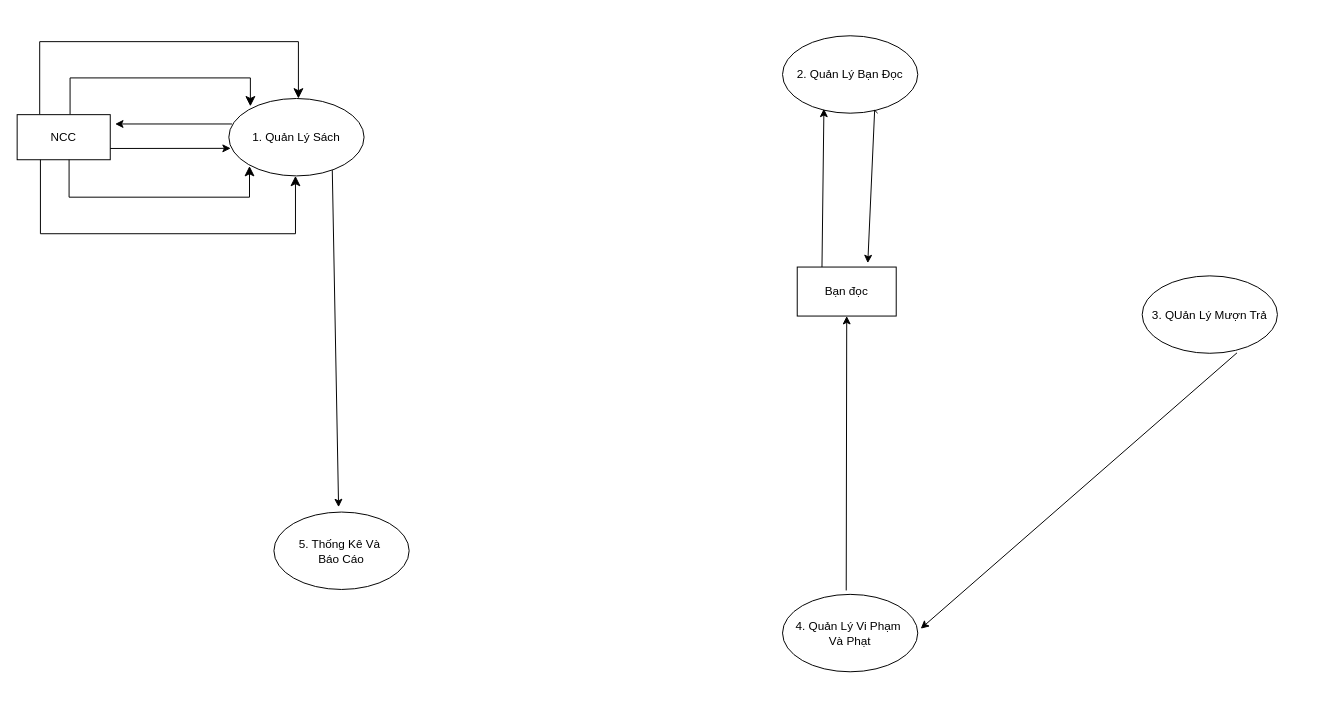
This is page "Sơ đồ mức đỉnh" (3 of 4) of Đồ án nhóm 1.drawio from Nguyenquynh235/DoAnNhom1, a draw.io file, before an edit. Source tidied: cells renumbered, new cells numbered last; positions are measured from the earlier drawing's top-left corner, leaving out a move shared by most shapes. Both pictures are drawn from the tidied source at 98%, with x=0, y=0 at pixel (17, 35).
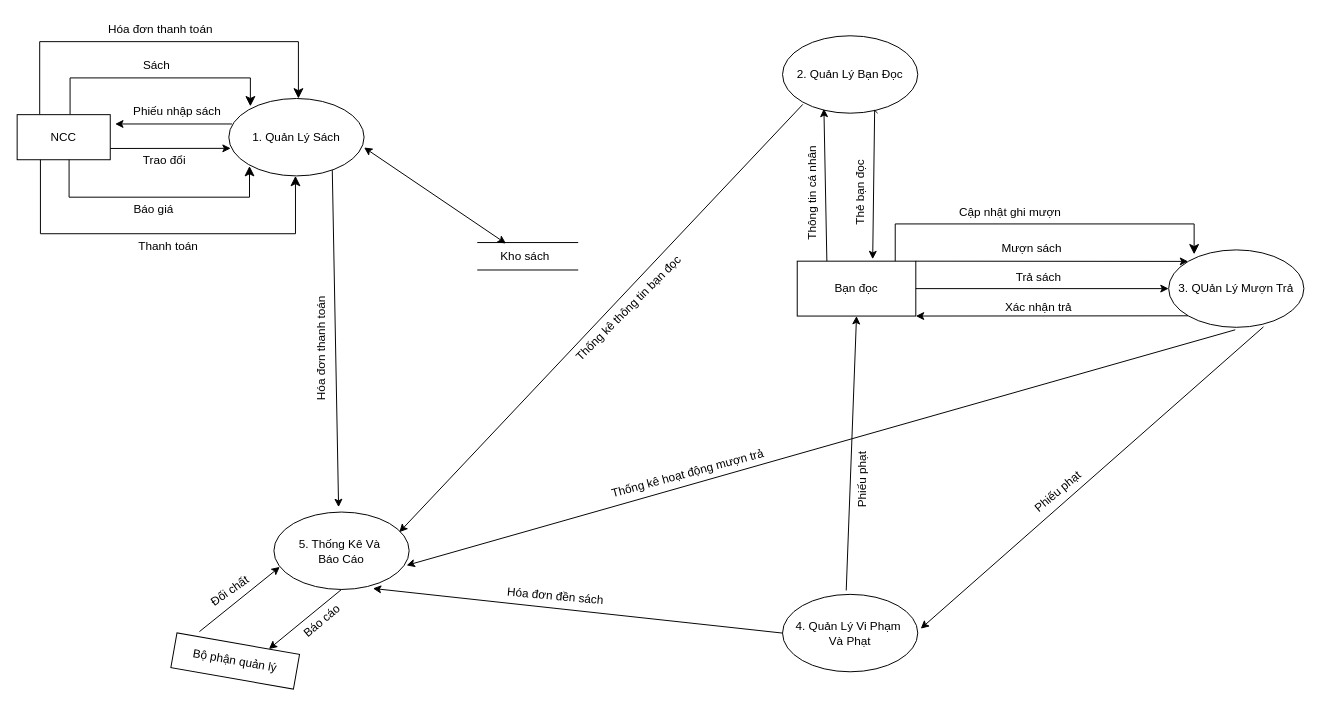
Above is the later version.

Unchanged cells that the change refers to:
```xml
<mxCell id="2" value="1. Quản Lý Sách" style="ellipse;whiteSpace=wrap;html=1;" parent="1" vertex="1">
  <mxGeometry x="216" y="64" width="138" height="79" as="geometry" />
</mxCell>
<mxCell id="3" value="2. Quản Lý Bạn Đọc" style="ellipse;whiteSpace=wrap;html=1;" parent="1" vertex="1">
  <mxGeometry x="781" width="138" height="79" as="geometry" />
</mxCell>
<mxCell id="5" value="4. Quản Lý Vi Phạm&amp;nbsp;&lt;div&gt;Và Phạt&lt;/div&gt;" style="ellipse;whiteSpace=wrap;html=1;" parent="1" vertex="1">
  <mxGeometry x="781" y="570" width="138" height="79" as="geometry" />
</mxCell>
<mxCell id="6" value="5. Thống Kê Và&amp;nbsp;&lt;div&gt;Báo Cáo&lt;/div&gt;" style="ellipse;whiteSpace=wrap;html=1;" parent="1" vertex="1">
  <mxGeometry x="262" y="486" width="138" height="79" as="geometry" />
</mxCell>
```

What changed in the source:
```diff
@@
     <mxCell id="4" value="3. QUản Lý Mượn Trả" style="ellipse;whiteSpace=wrap;html=1;" parent="1" vertex="1">
-      <mxGeometry x="1148" y="245" width="138" height="79" as="geometry" />
+      <mxGeometry x="1175" y="218.5" width="138" height="79" as="geometry" />
     </mxCell>
@@
     <mxCell id="15" value="Bạn đọc" style="rounded=0;whiteSpace=wrap;html=1;" parent="1" vertex="1">
-      <mxGeometry x="796" y="236" width="101" height="50" as="geometry" />
+      <mxGeometry x="796" y="230" width="121" height="56" as="geometry" />
     </mxCell>
@@
     <mxCell id="17" style="endArrow=classic;html=1;rounded=0;exitX=0.703;exitY=1;exitDx=0;exitDy=0;exitPerimeter=0;" parent="1" edge="1" source="3">
       <mxGeometry relative="1" as="geometry">
-        <mxPoint x="868" y="232" as="targetPoint" />
+        <mxPoint x="873" y="228" as="targetPoint" />
         <Array as="points">
           <mxPoint x="875" y="76" />
         </Array>
       </mxGeometry>
     </mxCell>
@@
+    <mxCell id="20" style="endArrow=classic;html=1;rounded=0;entryX=0.981;entryY=0.689;entryDx=0;entryDy=0;entryPerimeter=0;" parent="1" edge="1" target="6">
+      <mxGeometry relative="1" as="geometry">
+        <mxPoint x="1243" y="300" as="sourcePoint" />
+      </mxGeometry>
+    </mxCell>
+    <mxCell id="21" style="edgeStyle=elbowEdgeStyle;elbow=vertical;endArrow=classic;html=1;curved=0;rounded=0;endSize=8;startSize=8;exitX=0.868;exitY=0.036;exitDx=0;exitDy=0;exitPerimeter=0;" parent="1" edge="1">
+      <mxGeometry relative="1" as="geometry">
+        <mxPoint x="896" y="230" as="sourcePoint" />
+        <mxPoint x="1201" y="223" as="targetPoint" />
+        <Array as="points">
+          <mxPoint x="1234" y="192" />
+        </Array>
+      </mxGeometry>
+    </mxCell>
+    <mxCell id="22" style="endArrow=classic;html=1;rounded=0;exitX=1;exitY=0;exitDx=0;exitDy=0;entryX=0;entryY=0;entryDx=0;entryDy=0;" parent="1" edge="1" source="15" target="4">
+      <mxGeometry relative="1" as="geometry" />
+    </mxCell>
+    <mxCell id="23" style="endArrow=classic;html=1;rounded=0;exitX=1;exitY=0.5;exitDx=0;exitDy=0;entryX=0;entryY=0.5;entryDx=0;entryDy=0;" parent="1" edge="1" source="15" target="4">
+      <mxGeometry relative="1" as="geometry" />
+    </mxCell>
+    <mxCell id="24" style="endArrow=classic;html=1;rounded=0;exitX=0;exitY=1;exitDx=0;exitDy=0;entryX=1;entryY=1;entryDx=0;entryDy=0;" parent="1" edge="1" source="4" target="15">
+      <mxGeometry relative="1" as="geometry" />
+    </mxCell>
+    <mxCell id="25" style="shape=partialRectangle;whiteSpace=wrap;html=1;top=0;bottom=0;fillColor=none;rotation=90;" parent="1" vertex="1">
+      <mxGeometry x="507" y="174" width="28" height="102" as="geometry" />
+    </mxCell>
+    <mxCell id="26" value="Kho sách" style="text;html=1;align=center;verticalAlign=middle;points=[];strokeColor=none;fillColor=none;" parent="1" vertex="1">
+      <mxGeometry x="484" y="212" width="68" height="26" as="geometry" />
+    </mxCell>
+    <mxCell id="27" style="endArrow=classic;html=1;rounded=0;exitX=0.078;exitY=0.775;exitDx=0;exitDy=0;exitPerimeter=0;entryX=1;entryY=0;entryDx=0;entryDy=0;" parent="1" edge="1">
+      <mxGeometry relative="1" as="geometry">
+        <mxPoint x="801.7" y="70" as="sourcePoint" />
+        <mxPoint x="390" y="506.5" as="targetPoint" />
+      </mxGeometry>
+    </mxCell>
+    <mxCell id="28" style="endArrow=classic;startArrow=classic;html=1;rounded=0;exitX=1;exitY=0.633;exitDx=0;exitDy=0;exitPerimeter=0;" parent="1" edge="1" source="2" target="26">
+      <mxGeometry relative="1" as="geometry" />
+    </mxCell>
+    <mxCell id="29" value="Bộ phận quản lý" style="rounded=0;whiteSpace=wrap;html=1;rotation=10;" parent="1" vertex="1">
+      <mxGeometry x="159" y="620" width="127" height="36" as="geometry" />
+    </mxCell>
+    <mxCell id="30" style="endArrow=classic;html=1;rounded=0;" parent="1" edge="1">
+      <mxGeometry relative="1" as="geometry">
+        <mxPoint x="186" y="608" as="sourcePoint" />
+        <mxPoint x="268" y="542" as="targetPoint" />
+      </mxGeometry>
+    </mxCell>
+    <mxCell id="31" style="endArrow=classic;html=1;rounded=0;exitX=0.5;exitY=1;exitDx=0;exitDy=0;entryX=0.75;entryY=0;entryDx=0;entryDy=0;" parent="1" edge="1" source="6" target="29">
+      <mxGeometry relative="1" as="geometry" />
+    </mxCell>
+    <mxCell id="32" style="endArrow=classic;html=1;rounded=0;exitX=0;exitY=0.5;exitDx=0;exitDy=0;entryX=0.732;entryY=0.987;entryDx=0;entryDy=0;entryPerimeter=0;" parent="1" edge="1" source="5" target="6">
+      <mxGeometry relative="1" as="geometry" />
+    </mxCell>
+    <mxCell id="33" value="Hóa đơn thanh toán" style="text;html=1;align=center;verticalAlign=middle;strokeColor=none;fillColor=none;" parent="1" vertex="1">
+      <mxGeometry x="83" y="-19" width="125" height="26" as="geometry" />
+    </mxCell>
+    <mxCell id="34" value="Sách" style="text;html=1;align=center;verticalAlign=middle;strokeColor=none;fillColor=none;" parent="1" vertex="1">
+      <mxGeometry x="119" y="17" width="45" height="26" as="geometry" />
+    </mxCell>
+    <mxCell id="35" value="Phiếu nhập sách" style="text;html=1;align=center;verticalAlign=middle;strokeColor=none;fillColor=none;" parent="1" vertex="1">
+      <mxGeometry x="109" y="64" width="107" height="26" as="geometry" />
+    </mxCell>
+    <mxCell id="36" value="Trao đổi" style="text;html=1;align=center;verticalAlign=middle;strokeColor=none;fillColor=none;" parent="1" vertex="1">
+      <mxGeometry x="119" y="114" width="62" height="26" as="geometry" />
+    </mxCell>
+    <mxCell id="37" value="Thanh toán" style="text;html=1;align=center;verticalAlign=middle;strokeColor=none;fillColor=none;" parent="1" vertex="1">
+      <mxGeometry x="114" y="202" width="79" height="26" as="geometry" />
+    </mxCell>
+    <mxCell id="38" value="Báo giá" style="text;html=1;align=center;verticalAlign=middle;strokeColor=none;fillColor=none;" parent="1" vertex="1">
+      <mxGeometry x="109" y="164" width="59" height="26" as="geometry" />
+    </mxCell>
+    <mxCell id="39" value="Hóa đơn thanh toán" style="text;html=1;align=center;verticalAlign=middle;strokeColor=none;fillColor=none;rotation=-90;" parent="1" vertex="1">
+      <mxGeometry x="248" y="307" width="125" height="26" as="geometry" />
+    </mxCell>
+    <mxCell id="40" value="Báo cáo" style="text;html=1;align=center;verticalAlign=middle;strokeColor=none;fillColor=none;rotation=-40;" parent="1" vertex="1">
+      <mxGeometry x="279.5" y="585" width="62" height="26" as="geometry" />
+    </mxCell>
+    <mxCell id="41" value="Đối chất" style="text;html=1;align=center;verticalAlign=middle;strokeColor=none;fillColor=none;rotation=-35;" parent="1" vertex="1">
+      <mxGeometry x="186" y="554" width="62" height="26" as="geometry" />
+    </mxCell>
+    <mxCell id="42" value="Thống kê thông tin bạn đọc" style="text;html=1;align=center;verticalAlign=middle;strokeColor=none;fillColor=none;rotation=-45;" parent="1" vertex="1">
+      <mxGeometry x="542" y="266" width="163" height="26" as="geometry" />
+    </mxCell>
+    <mxCell id="43" value="Thẻ bạn đọc" style="text;html=1;align=center;verticalAlign=middle;strokeColor=none;fillColor=none;rotation=-90;" parent="1" vertex="1">
+      <mxGeometry x="818" y="148" width="85" height="26" as="geometry" />
+    </mxCell>
+    <mxCell id="44" value="Thông tin cá nhân" style="text;html=1;align=center;verticalAlign=middle;strokeColor=none;fillColor=none;rotation=-90;" parent="1" vertex="1">
+      <mxGeometry x="755" y="148" width="114" height="26" as="geometry" />
+    </mxCell>
+    <mxCell id="45" value="Phiếu phạt" style="text;html=1;align=center;verticalAlign=middle;strokeColor=none;fillColor=none;rotation=-90;" parent="1" vertex="1">
+      <mxGeometry x="825" y="441" width="75" height="26" as="geometry" />
+    </mxCell>
+    <mxCell id="46" value="Phiếu phạt" style="text;html=1;align=center;verticalAlign=middle;strokeColor=none;fillColor=none;rotation=-40;" parent="1" vertex="1">
+      <mxGeometry x="1024" y="453" width="75" height="26" as="geometry" />
+    </mxCell>
+    <mxCell id="47" value="Thống kê hoạt động mượn trả" style="text;html=1;align=center;verticalAlign=middle;strokeColor=none;fillColor=none;rotation=-15;" parent="1" vertex="1">
+      <mxGeometry x="595" y="434" width="178" height="26" as="geometry" />
+    </mxCell>
+    <mxCell id="48" value="Hóa đơn đền sách" style="text;html=1;align=center;verticalAlign=middle;strokeColor=none;fillColor=none;rotation=5;" parent="1" vertex="1">
+      <mxGeometry x="490" y="559" width="117" height="26" as="geometry" />
+    </mxCell>
+    <mxCell id="49" value="Cập nhật ghi mượn" style="text;html=1;align=center;verticalAlign=middle;strokeColor=none;fillColor=none;" parent="1" vertex="1">
+      <mxGeometry x="952" y="167" width="122" height="26" as="geometry" />
+    </mxCell>
+    <mxCell id="50" value="Mượn sách" style="text;html=1;align=center;verticalAlign=middle;strokeColor=none;fillColor=none;" parent="1" vertex="1">
+      <mxGeometry x="995" y="204" width="79" height="26" as="geometry" />
+    </mxCell>
+    <mxCell id="51" value="Trả sách" style="text;html=1;align=center;verticalAlign=middle;strokeColor=none;fillColor=none;" parent="1" vertex="1">
+      <mxGeometry x="1010" y="234" width="64" height="26" as="geometry" />
+    </mxCell>
+    <mxCell id="52" value="Xác nhận trả" style="text;html=1;align=center;verticalAlign=middle;strokeColor=none;fillColor=none;" parent="1" vertex="1">
+      <mxGeometry x="999" y="264" width="86" height="26" as="geometry" />
+    </mxCell>
```
